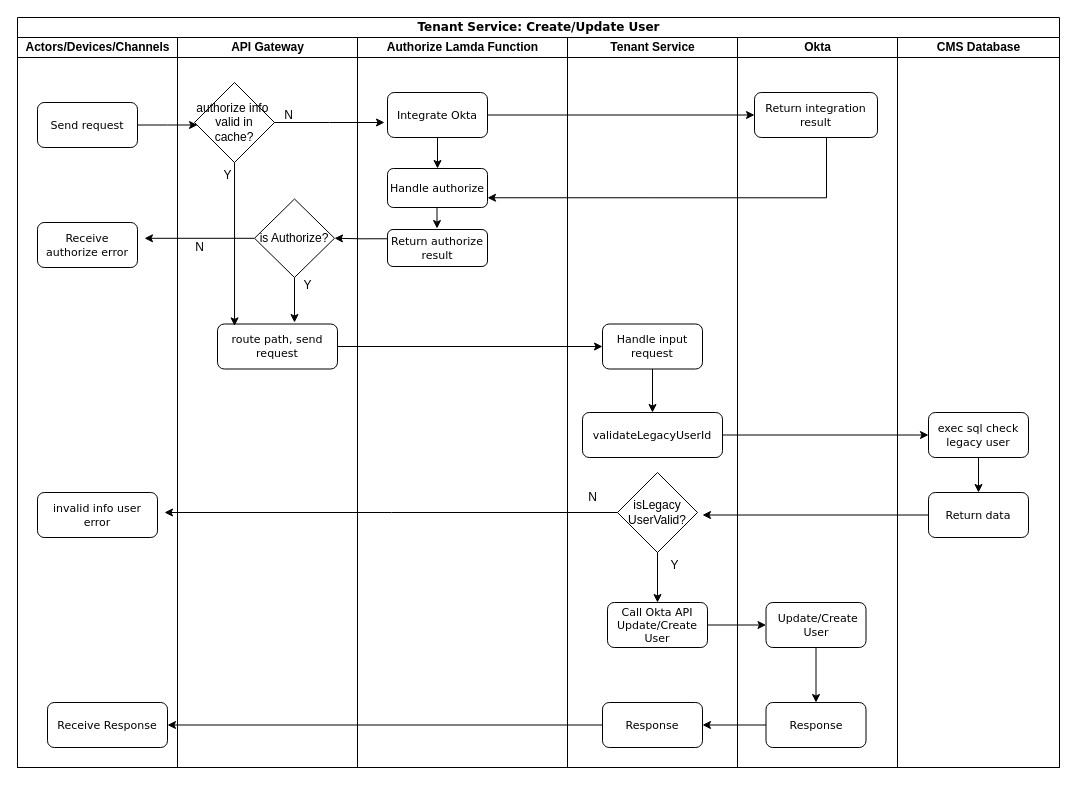
This is DispatchTenant4.drawio from dieunguyen2003/deploycode, a draw.io file, before an edit. Source tidied: cells renumbered, new cells numbered last; positions are measured from the earlier drawing's top-left corner, leaving out a move shared by most shapes. Both pictures are drawn from the tidied source at 100%, with x=0, y=0 at pixel (17, 17).
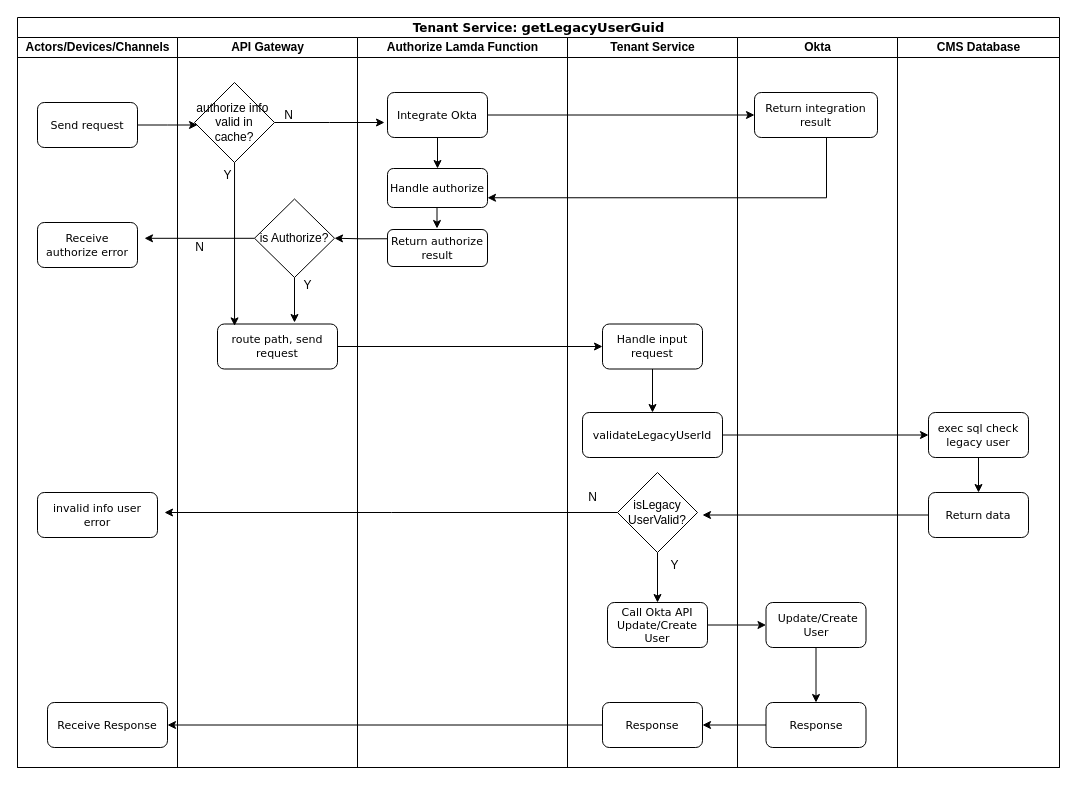
After the change.

Change to the diagram source:
```diff
@@
-    <mxCell id="2" value="&lt;font style=&quot;font-size: 12px;&quot;&gt;Tenant Service: Create/Update User&lt;/font&gt;" style="swimlane;html=1;startSize=20;rounded=0;shadow=0;labelBackgroundColor=none;strokeWidth=1;fontFamily=Verdana;fontSize=8;align=center;" parent="1" vertex="1">
+    <mxCell id="2" value="&lt;font style=&quot;font-size: 12px;&quot;&gt;Tenant Service:&amp;nbsp;&lt;/font&gt;&lt;font style=&quot;font-size: 13px;&quot;&gt;getLegacyUserGuid&lt;/font&gt;" style="swimlane;html=1;startSize=20;rounded=0;shadow=0;labelBackgroundColor=none;strokeWidth=1;fontFamily=Verdana;fontSize=8;align=center;" parent="1" vertex="1">
       <mxGeometry width="1042" height="750" as="geometry" />
     </mxCell>
```
